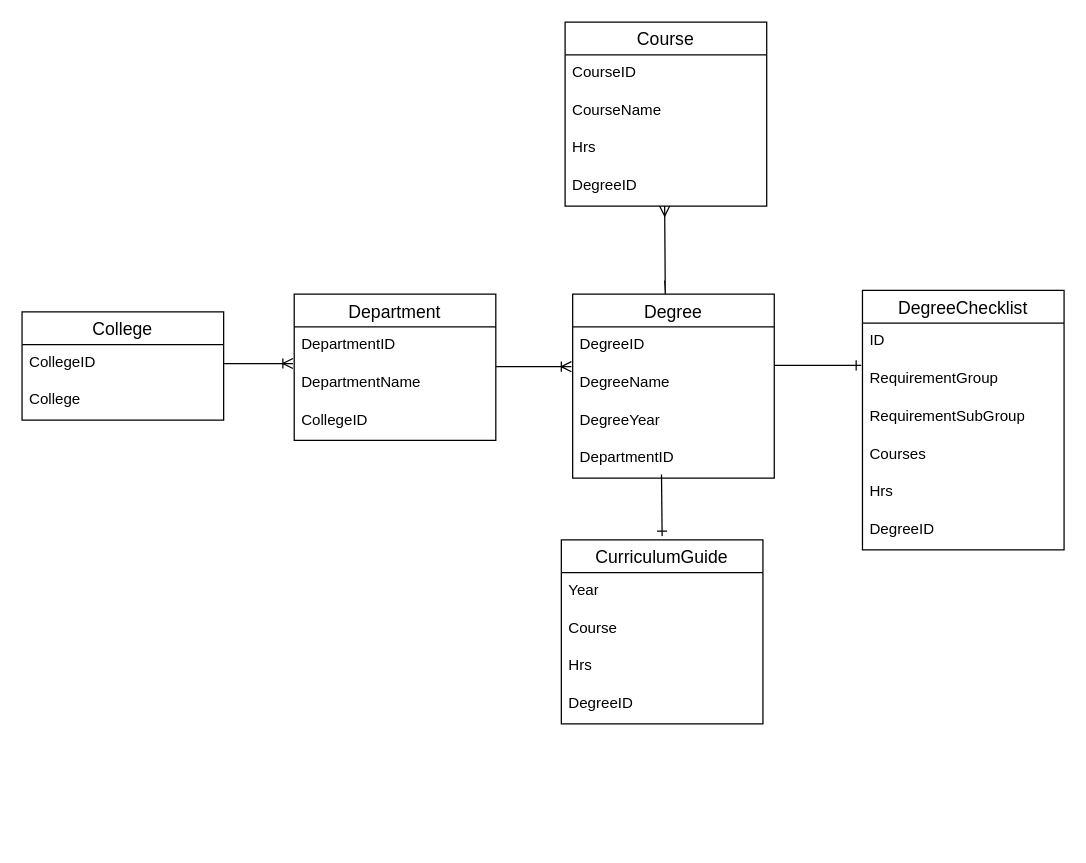
hmuthiah1/images keeps this draw.io diagram as ERD2.drawio. Above is the earlier version. Source tidied: cells renumbered, new cells numbered last; positions are measured from the earlier drawing's top-left corner, leaving out a move shared by most shapes. Both pictures are drawn from the tidied source at 126%, with x=0, y=0 at pixel (21, 21).
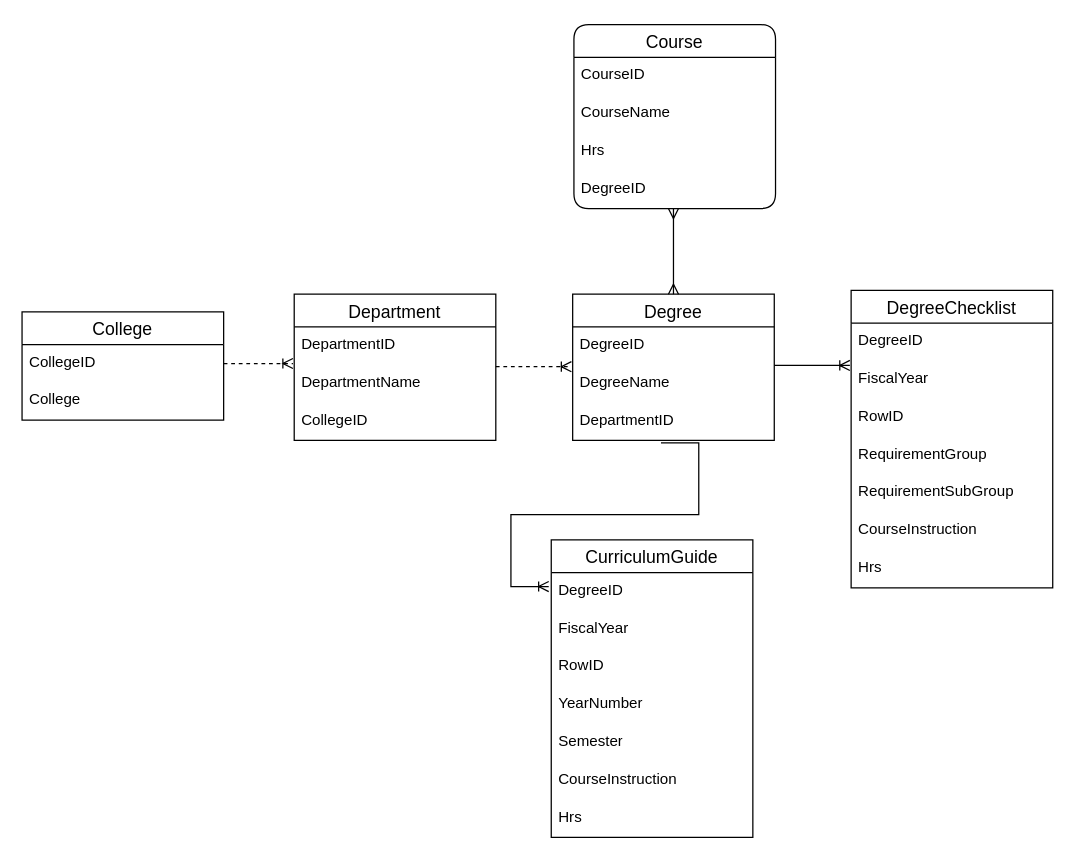
The same diagram, later.

Diff of the diagram source:
```diff
@@
-    <mxCell id="2" style="fontSize=12;html=1;endArrow=ERoneToMany;rounded=0;exitX=1;exitY=0.5;exitDx=0;exitDy=0;entryX=0.019;entryY=0.967;entryDx=0;entryDy=0;entryPerimeter=0;" parent="1" edge="1">
+    <mxCell id="2" style="fontSize=12;html=1;endArrow=ERoneToMany;rounded=0;exitX=1;exitY=0.5;exitDx=0;exitDy=0;entryX=0.019;entryY=0.967;entryDx=0;entryDy=0;entryPerimeter=0;dashed=1;" parent="1" edge="1">
       <mxGeometry relative="1" as="geometry">
         <mxPoint x="160" y="271" as="sourcePoint" />
         <mxPoint x="215" y="271" as="targetPoint" />
         <Array as="points">
           <mxPoint x="160" y="271" />
         </Array>
       </mxGeometry>
     </mxCell>
-    <mxCell id="3" style="edgeStyle=entityRelationEdgeStyle;fontSize=12;html=1;endArrow=ERoneToMany;rounded=0;exitX=1;exitY=0.5;exitDx=0;exitDy=0;entryX=0;entryY=0.5;entryDx=0;entryDy=0;" parent="1" edge="1">
+    <mxCell id="3" style="edgeStyle=entityRelationEdgeStyle;fontSize=12;html=1;endArrow=ERoneToMany;rounded=0;exitX=1;exitY=0.5;exitDx=0;exitDy=0;entryX=0;entryY=0.5;entryDx=0;entryDy=0;dashed=1;" parent="1" edge="1">
       <mxGeometry relative="1" as="geometry">
         <mxPoint x="376" y="273.5" as="sourcePoint" />
         <mxPoint x="436" y="273.5" as="targetPoint" />
       </mxGeometry>
     </mxCell>
-    <mxCell id="4" style="edgeStyle=entityRelationEdgeStyle;fontSize=12;html=1;endArrow=ERone;endFill=1;rounded=0;entryX=0;entryY=0.5;entryDx=0;entryDy=0;" parent="1" edge="1">
-      <mxGeometry relative="1" as="geometry">
-        <mxPoint x="597" y="272.5" as="sourcePoint" />
-        <mxPoint x="666" y="272.5" as="targetPoint" />
-        <Array as="points">
-          <mxPoint x="587" y="272.5" />
-          <mxPoint x="633" y="272.5" />
-          <mxPoint x="663" y="272.5" />
-          <mxPoint x="633" y="267.5" />
-          <mxPoint x="633" y="267.5" />
-          <mxPoint x="693" y="262.5" />
-          <mxPoint x="683" y="257.5" />
-        </Array>
-      </mxGeometry>
-    </mxCell>
-    <mxCell id="5" style="fontSize=12;html=1;endArrow=ERone;endFill=1;rounded=0;" parent="1" edge="1">
-      <mxGeometry relative="1" as="geometry">
-        <mxPoint x="507.5" y="359" as="sourcePoint" />
-        <mxPoint x="508" y="408" as="targetPoint" />
-      </mxGeometry>
-    </mxCell>
-    <mxCell id="6" style="fontSize=12;html=1;endArrow=ERmany;rounded=0;entryX=0.5;entryY=1;entryDx=0;entryDy=0;" parent="1" edge="1">
-      <mxGeometry relative="1" as="geometry">
-        <mxPoint x="510" y="205" as="sourcePoint" />
-        <mxPoint x="510" y="146" as="targetPoint" />
-        <Array as="points">
-          <mxPoint x="510.5" y="216" />
-        </Array>
-      </mxGeometry>
-    </mxCell>
@@
     <mxCell id="14" value="Degree" style="swimlane;fontStyle=0;horizontal=1;startSize=26;align=center;fontSize=14;" parent="1" vertex="1">
-      <mxGeometry x="437" y="216" width="160" height="146" as="geometry" />
+      <mxGeometry x="437" y="216" width="160" height="116" as="geometry" />
     </mxCell>
@@
-    <mxCell id="17" value="DegreeYear" style="text;strokeColor=none;fillColor=none;spacingLeft=4;spacingRight=4;overflow=hidden;fontSize=12;whiteSpace=wrap;html=1;" parent="14" vertex="1">
-      <mxGeometry y="86" width="160" height="30" as="geometry" />
-    </mxCell>
     <mxCell id="18" value="DepartmentID" style="text;strokeColor=none;fillColor=none;spacingLeft=4;spacingRight=4;overflow=hidden;points=[[0,0.5],[1,0.5]];portConstraint=eastwest;fontSize=12;whiteSpace=wrap;html=1;" parent="14" vertex="1">
-      <mxGeometry y="116" width="160" height="30" as="geometry" />
+      <mxGeometry y="86" width="160" height="30" as="geometry" />
     </mxCell>
-    <mxCell id="19" value="Course" style="swimlane;fontStyle=0;horizontal=1;startSize=26;align=center;fontSize=14;" parent="1" vertex="1">
-      <mxGeometry x="431" width="160" height="146" as="geometry" />
+    <mxCell id="19" value="Course" style="swimlane;fontStyle=0;horizontal=1;startSize=26;align=center;fontSize=14;rounded=1;" parent="1" vertex="1">
+      <mxGeometry x="438" y="2" width="160" height="146" as="geometry" />
     </mxCell>
@@
     <mxCell id="24" value="DegreeChecklist" style="swimlane;fontStyle=0;horizontal=1;startSize=26;align=center;fontSize=14;" parent="1" vertex="1">
-      <mxGeometry x="667" y="213" width="160" height="206" as="geometry" />
+      <mxGeometry x="658" y="213" width="160" height="236" as="geometry" />
     </mxCell>
-    <mxCell id="25" value="ID" style="text;strokeColor=none;fillColor=none;spacingLeft=4;spacingRight=4;overflow=hidden;fontSize=12;whiteSpace=wrap;html=1;" parent="24" vertex="1">
+    <mxCell id="25" value="DegreeID" style="text;strokeColor=none;fillColor=none;spacingLeft=4;spacingRight=4;overflow=hidden;fontSize=12;whiteSpace=wrap;html=1;" parent="24" vertex="1">
       <mxGeometry y="26" width="160" height="30" as="geometry" />
     </mxCell>
+    <mxCell id="36" value="FiscalYear" style="text;strokeColor=none;fillColor=none;spacingLeft=4;spacingRight=4;overflow=hidden;fontSize=12;whiteSpace=wrap;html=1;" parent="24" vertex="1">
+      <mxGeometry y="56" width="160" height="30" as="geometry" />
+    </mxCell>
+    <mxCell id="37" value="RowID" style="text;strokeColor=none;fillColor=none;spacingLeft=4;spacingRight=4;overflow=hidden;fontSize=12;whiteSpace=wrap;html=1;" parent="24" vertex="1">
+      <mxGeometry y="86" width="160" height="30" as="geometry" />
+    </mxCell>
     <mxCell id="26" value="RequirementGroup" style="text;strokeColor=none;fillColor=none;spacingLeft=4;spacingRight=4;overflow=hidden;fontSize=12;whiteSpace=wrap;html=1;" parent="24" vertex="1">
-      <mxGeometry y="56" width="160" height="30" as="geometry" />
+      <mxGeometry y="116" width="160" height="30" as="geometry" />
     </mxCell>
     <mxCell id="27" value="RequirementSubGroup" style="text;strokeColor=none;fillColor=none;spacingLeft=4;spacingRight=4;overflow=hidden;fontSize=12;whiteSpace=wrap;html=1;" parent="24" vertex="1">
-      <mxGeometry y="86" width="160" height="30" as="geometry" />
+      <mxGeometry y="146" width="160" height="30" as="geometry" />
     </mxCell>
-    <mxCell id="28" value="Courses" style="text;strokeColor=none;fillColor=none;spacingLeft=4;spacingRight=4;overflow=hidden;fontSize=12;whiteSpace=wrap;html=1;" parent="24" vertex="1">
-      <mxGeometry y="116" width="160" height="30" as="geometry" />
+    <mxCell id="28" value="CourseInstruction" style="text;strokeColor=none;fillColor=none;spacingLeft=4;spacingRight=4;overflow=hidden;fontSize=12;whiteSpace=wrap;html=1;" parent="24" vertex="1">
+      <mxGeometry y="176" width="160" height="30" as="geometry" />
     </mxCell>
     <mxCell id="29" value="Hrs" style="text;strokeColor=none;fillColor=none;spacingLeft=4;spacingRight=4;overflow=hidden;fontSize=12;whiteSpace=wrap;html=1;" parent="24" vertex="1">
-      <mxGeometry y="146" width="160" height="30" as="geometry" />
+      <mxGeometry y="206" width="160" height="30" as="geometry" />
     </mxCell>
+    <mxCell id="31" value="CurriculumGuide" style="swimlane;fontStyle=0;horizontal=1;startSize=26;align=center;fontSize=14;" parent="1" vertex="1">
+      <mxGeometry x="420" y="411" width="160" height="236" as="geometry" />
+    </mxCell>
-    <mxCell id="30" value="DegreeID" style="text;strokeColor=none;fillColor=none;spacingLeft=4;spacingRight=4;overflow=hidden;fontSize=12;whiteSpace=wrap;html=1;" parent="24" vertex="1">
-      <mxGeometry y="176" width="160" height="30" as="geometry" />
+    <mxCell id="30" value="DegreeID" style="text;strokeColor=none;fillColor=none;spacingLeft=4;spacingRight=4;overflow=hidden;fontSize=12;whiteSpace=wrap;html=1;" parent="31" vertex="1">
+      <mxGeometry y="26" width="160" height="30" as="geometry" />
     </mxCell>
-    <mxCell id="31" value="CurriculumGuide" style="swimlane;fontStyle=0;horizontal=1;startSize=26;align=center;fontSize=14;" parent="1" vertex="1">
-      <mxGeometry x="428" y="411" width="160" height="146" as="geometry" />
-    </mxCell>
+    <mxCell id="38" value="FiscalYear" style="text;strokeColor=none;fillColor=none;spacingLeft=4;spacingRight=4;overflow=hidden;fontSize=12;whiteSpace=wrap;html=1;" parent="31" vertex="1">
+      <mxGeometry y="56" width="160" height="30" as="geometry" />
+    </mxCell>
+    <mxCell id="39" value="RowID" style="text;strokeColor=none;fillColor=none;spacingLeft=4;spacingRight=4;overflow=hidden;fontSize=12;whiteSpace=wrap;html=1;" parent="31" vertex="1">
+      <mxGeometry y="86" width="160" height="30" as="geometry" />
+    </mxCell>
-    <mxCell id="32" value="Year" style="text;strokeColor=none;fillColor=none;spacingLeft=4;spacingRight=4;overflow=hidden;fontSize=12;whiteSpace=wrap;html=1;" parent="31" vertex="1">
-      <mxGeometry y="26" width="160" height="30" as="geometry" />
+    <mxCell id="32" value="YearNumber" style="text;strokeColor=none;fillColor=none;spacingLeft=4;spacingRight=4;overflow=hidden;fontSize=12;whiteSpace=wrap;html=1;" parent="31" vertex="1">
+      <mxGeometry y="116" width="160" height="30" as="geometry" />
     </mxCell>
-    <mxCell id="33" value="Course" style="text;strokeColor=none;fillColor=none;spacingLeft=4;spacingRight=4;overflow=hidden;fontSize=12;whiteSpace=wrap;html=1;" parent="31" vertex="1">
-      <mxGeometry y="56" width="160" height="30" as="geometry" />
+    <mxCell id="33" value="Semester" style="text;strokeColor=none;fillColor=none;spacingLeft=4;spacingRight=4;overflow=hidden;fontSize=12;whiteSpace=wrap;html=1;" parent="31" vertex="1">
+      <mxGeometry y="146" width="160" height="30" as="geometry" />
     </mxCell>
-    <mxCell id="34" value="Hrs" style="text;strokeColor=none;fillColor=none;spacingLeft=4;spacingRight=4;overflow=hidden;fontSize=12;whiteSpace=wrap;html=1;" parent="31" vertex="1">
-      <mxGeometry y="86" width="160" height="30" as="geometry" />
+    <mxCell id="34" value="CourseInstruction" style="text;strokeColor=none;fillColor=none;spacingLeft=4;spacingRight=4;overflow=hidden;fontSize=12;whiteSpace=wrap;html=1;" parent="31" vertex="1">
+      <mxGeometry y="176" width="160" height="30" as="geometry" />
     </mxCell>
-    <mxCell id="35" value="DegreeID" style="text;strokeColor=none;fillColor=none;spacingLeft=4;spacingRight=4;overflow=hidden;fontSize=12;whiteSpace=wrap;html=1;" parent="31" vertex="1">
-      <mxGeometry y="116" width="160" height="30" as="geometry" />
+    <mxCell id="35" value="Hrs" style="text;strokeColor=none;fillColor=none;spacingLeft=4;spacingRight=4;overflow=hidden;fontSize=12;whiteSpace=wrap;html=1;" parent="31" vertex="1">
+      <mxGeometry y="206" width="160" height="30" as="geometry" />
     </mxCell>
+    <mxCell id="40" style="fontSize=12;html=1;endArrow=ERmany;startArrow=ERmany;rounded=0;" parent="1" edge="1" source="14">
+      <mxGeometry relative="1" as="geometry">
+        <mxPoint x="517" y="148" as="targetPoint" />
+      </mxGeometry>
+    </mxCell>
+    <mxCell id="41" style="edgeStyle=entityRelationEdgeStyle;fontSize=12;html=1;endArrow=ERoneToMany;rounded=0;exitX=1;exitY=0.5;exitDx=0;exitDy=0;entryX=0;entryY=0.5;entryDx=0;entryDy=0;" parent="1" edge="1">
+      <mxGeometry relative="1" as="geometry">
+        <mxPoint x="597" y="272.5" as="sourcePoint" />
+        <mxPoint x="657" y="272.5" as="targetPoint" />
+      </mxGeometry>
+    </mxCell>
+    <mxCell id="42" style="edgeStyle=entityRelationEdgeStyle;fontSize=12;html=1;endArrow=ERoneToMany;rounded=0;exitX=0.438;exitY=1.067;exitDx=0;exitDy=0;exitPerimeter=0;" parent="1" edge="1" source="18">
+      <mxGeometry relative="1" as="geometry">
+        <mxPoint x="418" y="448" as="targetPoint" />
+      </mxGeometry>
+    </mxCell>
```
